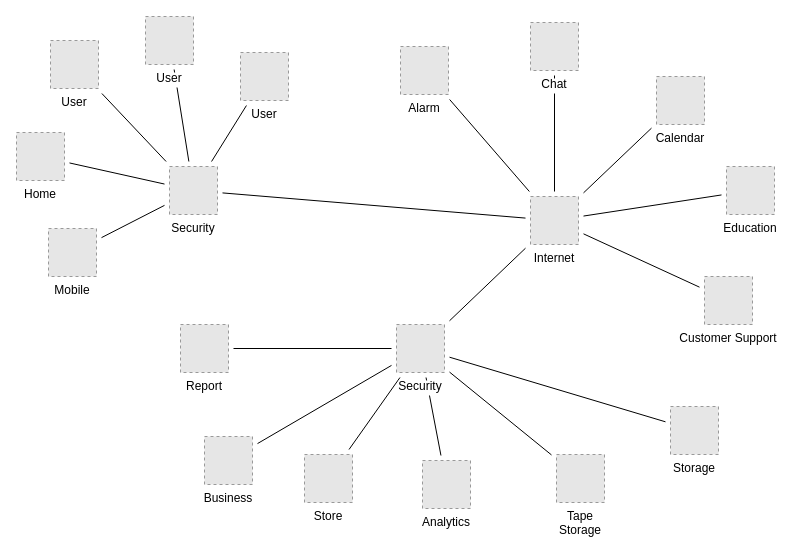
This is Untitled Diagram.drawio from ChristianG-M/examples, a draw.io file, before an edit. Source tidied: cells renumbered, new cells numbered last; positions are measured from the earlier drawing's top-left corner, leaving out a move shared by most shapes. Both pictures are drawn from the tidied source at 100%, with x=0, y=0 at pixel (16, 16). Pictures stored in the file or linked from it are replaced by grey dashed boxes.
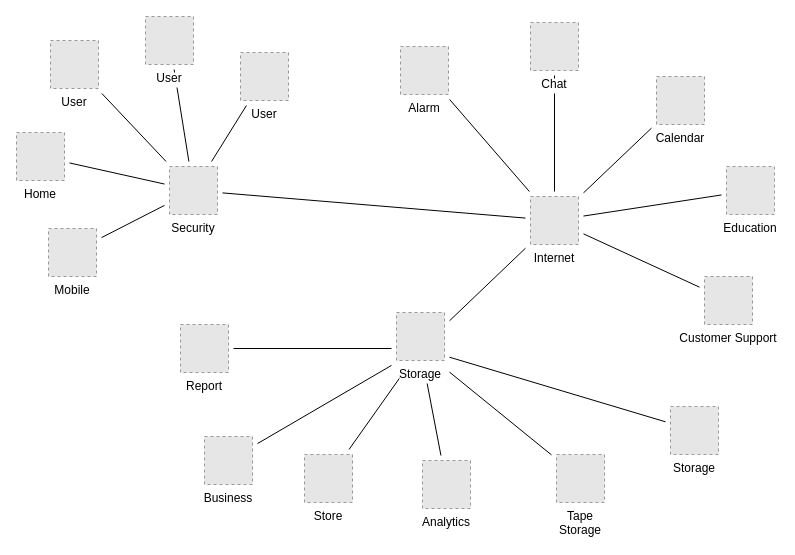
Above is the later version.

Unchanged cells that the change refers to:
```xml
<mxCell id="20" value="Tape&#10;Storage" style="fillColor=#E6E6E6;strokeColor=#999999;dashed=1;verticalLabelPosition=bottom;verticalAlign=top;labelBackgroundColor=#ffffff;" parent="1" vertex="1">
  <mxGeometry x="540" y="438" width="48" height="48" as="geometry" />
</mxCell>
<mxCell id="27" value="Business" style="fillColor=#E6E6E6;strokeColor=#999999;dashed=1;verticalLabelPosition=bottom;verticalAlign=top;labelBackgroundColor=#ffffff;" parent="1" vertex="1">
  <mxGeometry x="188" y="420" width="48" height="48" as="geometry" />
</mxCell>
<mxCell id="28" value="Report" style="fillColor=#E6E6E6;strokeColor=#999999;dashed=1;verticalLabelPosition=bottom;verticalAlign=top;labelBackgroundColor=#ffffff;" parent="1" vertex="1">
  <mxGeometry x="164" y="308" width="48" height="48" as="geometry" />
</mxCell>
<mxCell id="29" value="Storage" style="fillColor=#E6E6E6;strokeColor=#999999;dashed=1;verticalLabelPosition=bottom;verticalAlign=top;labelBackgroundColor=#ffffff;" parent="1" vertex="1">
  <mxGeometry x="654" y="390" width="48" height="48" as="geometry" />
</mxCell>
<mxCell id="30" value="Internet" style="fillColor=#E6E6E6;strokeColor=#999999;dashed=1;verticalLabelPosition=bottom;verticalAlign=top;labelBackgroundColor=#ffffff;" parent="1" vertex="1">
  <mxGeometry x="514" y="180" width="48" height="48" as="geometry" />
</mxCell>
<mxCell id="33" value="Analytics" style="fillColor=#E6E6E6;strokeColor=#999999;dashed=1;verticalLabelPosition=bottom;verticalAlign=top;labelBackgroundColor=#ffffff;" parent="1" vertex="1">
  <mxGeometry x="406" y="444" width="48" height="48" as="geometry" />
</mxCell>
<mxCell id="34" value="Store" style="fillColor=#E6E6E6;strokeColor=#999999;dashed=1;verticalLabelPosition=bottom;verticalAlign=top;labelBackgroundColor=#ffffff;" parent="1" vertex="1">
  <mxGeometry x="288" y="438" width="48" height="48" as="geometry" />
</mxCell>
```

Change to the diagram source:
```diff
@@
-    <mxCell id="9" style="edgeStyle=none;rounded=0;jettySize=auto;html=1;sourcePerimeterSpacing=5;endArrow=none;endFill=0;targetPerimeterSpacing=5;" parent="1" edge="1" source="30" target="38">
-      <mxGeometry relative="1" as="geometry" />
+    <mxCell id="9" style="edgeStyle=none;rounded=0;jettySize=auto;html=1;sourcePerimeterSpacing=5;endArrow=none;endFill=0;targetPerimeterSpacing=5;" parent="1" edge="1" source="30">
+      <mxGeometry relative="1" as="geometry">
+        <mxPoint x="433" y="304.3" as="targetPoint" />
+      </mxGeometry>
     </mxCell>
@@
-    <mxCell id="14" style="edgeStyle=none;rounded=0;jettySize=auto;html=1;sourcePerimeterSpacing=5;endArrow=none;endFill=0;targetPerimeterSpacing=5;" parent="1" edge="1" source="38" target="28">
-      <mxGeometry relative="1" as="geometry" />
+    <mxCell id="14" style="edgeStyle=none;rounded=0;jettySize=auto;html=1;sourcePerimeterSpacing=5;endArrow=none;endFill=0;targetPerimeterSpacing=5;" parent="1" edge="1" target="28">
+      <mxGeometry relative="1" as="geometry">
+        <mxPoint x="375" y="332" as="sourcePoint" />
+      </mxGeometry>
     </mxCell>
-    <mxCell id="15" style="edgeStyle=none;rounded=0;jettySize=auto;html=1;sourcePerimeterSpacing=5;endArrow=none;endFill=0;targetPerimeterSpacing=5;" parent="1" edge="1" source="38" target="27">
-      <mxGeometry relative="1" as="geometry" />
+    <mxCell id="15" style="edgeStyle=none;rounded=0;jettySize=auto;html=1;sourcePerimeterSpacing=5;endArrow=none;endFill=0;targetPerimeterSpacing=5;" parent="1" edge="1" target="27">
+      <mxGeometry relative="1" as="geometry">
+        <mxPoint x="375" y="348.9" as="sourcePoint" />
+      </mxGeometry>
     </mxCell>
-    <mxCell id="16" style="edgeStyle=none;rounded=0;jettySize=auto;html=1;sourcePerimeterSpacing=5;endArrow=none;endFill=0;targetPerimeterSpacing=5;" parent="1" edge="1" source="38" target="34">
-      <mxGeometry relative="1" as="geometry" />
+    <mxCell id="16" style="edgeStyle=none;rounded=0;jettySize=auto;html=1;sourcePerimeterSpacing=5;endArrow=none;endFill=0;targetPerimeterSpacing=5;" parent="1" edge="1" target="34">
+      <mxGeometry relative="1" as="geometry">
+        <mxPoint x="383.5" y="361" as="sourcePoint" />
+      </mxGeometry>
     </mxCell>
-    <mxCell id="17" style="edgeStyle=none;rounded=0;jettySize=auto;html=1;sourcePerimeterSpacing=5;endArrow=none;endFill=0;targetPerimeterSpacing=5;" parent="1" edge="1" source="38" target="33">
-      <mxGeometry relative="1" as="geometry" />
+    <mxCell id="17" style="edgeStyle=none;rounded=0;jettySize=auto;html=1;sourcePerimeterSpacing=5;endArrow=none;endFill=0;targetPerimeterSpacing=5;" parent="1" edge="1" target="33">
+      <mxGeometry relative="1" as="geometry">
+        <mxPoint x="409.5" y="361" as="sourcePoint" />
+      </mxGeometry>
     </mxCell>
-    <mxCell id="18" style="edgeStyle=none;rounded=0;jettySize=auto;html=1;sourcePerimeterSpacing=5;endArrow=none;endFill=0;targetPerimeterSpacing=5;" parent="1" edge="1" source="38" target="20">
-      <mxGeometry relative="1" as="geometry" />
+    <mxCell id="18" style="edgeStyle=none;rounded=0;jettySize=auto;html=1;sourcePerimeterSpacing=5;endArrow=none;endFill=0;targetPerimeterSpacing=5;" parent="1" edge="1" target="20">
+      <mxGeometry relative="1" as="geometry">
+        <mxPoint x="433" y="355.6" as="sourcePoint" />
+      </mxGeometry>
     </mxCell>
-    <mxCell id="19" style="edgeStyle=none;rounded=0;jettySize=auto;html=1;sourcePerimeterSpacing=5;endArrow=none;endFill=0;targetPerimeterSpacing=5;" parent="1" edge="1" source="38" target="29">
-      <mxGeometry relative="1" as="geometry" />
+    <mxCell id="19" style="edgeStyle=none;rounded=0;jettySize=auto;html=1;sourcePerimeterSpacing=5;endArrow=none;endFill=0;targetPerimeterSpacing=5;" parent="1" edge="1" target="29">
+      <mxGeometry relative="1" as="geometry">
+        <mxPoint x="433" y="340.7" as="sourcePoint" />
+      </mxGeometry>
     </mxCell>
@@
-    <mxCell id="38" value="Security" style="fillColor=#E6E6E6;strokeColor=#999999;dashed=1;verticalLabelPosition=bottom;verticalAlign=top;labelBackgroundColor=#ffffff;" parent="1" vertex="1">
-      <mxGeometry x="380" y="308" width="48" height="48" as="geometry" />
-    </mxCell>
+    <mxCell id="39" value="Storage" style="fillColor=#E6E6E6;strokeColor=#999999;dashed=1;verticalLabelPosition=bottom;verticalAlign=top;labelBackgroundColor=#ffffff;" parent="1" vertex="1">
+      <mxGeometry x="380" y="296" width="48" height="48" as="geometry" />
+    </mxCell>
```
